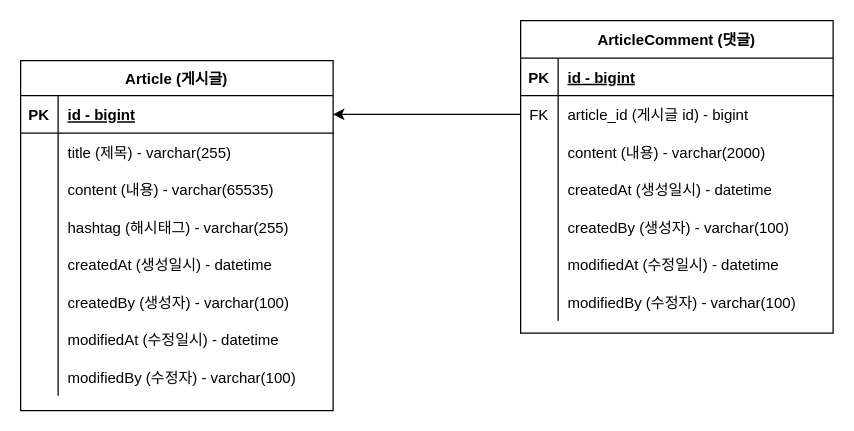
The draw.io diagram document/제목 없는 다이어그램.drawio in dewey-89/fastcampus-project-board, before the edit. Source tidied: cells renumbered, new cells numbered last; positions are measured from the earlier drawing's top-left corner, leaving out a move shared by most shapes. Both pictures are drawn from the tidied source at 125%, with x=0, y=0 at pixel (20, 20).
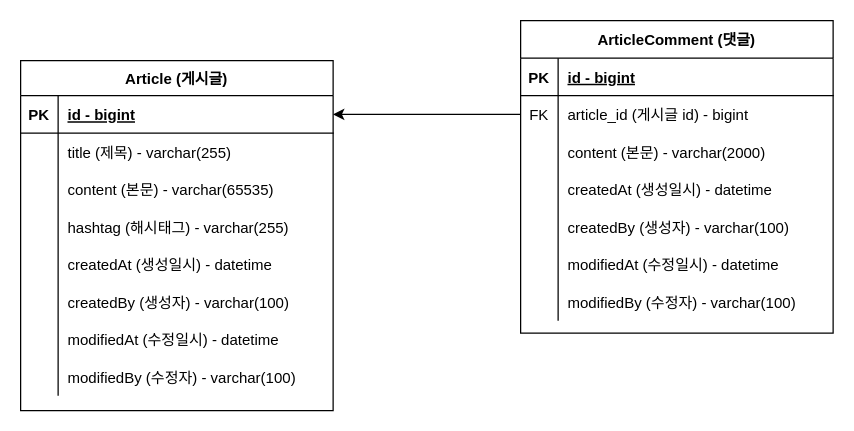
After the change.

The change refers to these unchanged cells:
```xml
<mxCell id="9" style="shape=partialRectangle;fillColor=none;top=0;left=0;right=0;bottom=0;" parent="2" vertex="1">
  <mxGeometry y="90" width="250" height="30" as="geometry" />
</mxCell>
<mxCell id="31" style="shape=partialRectangle;fillColor=none;top=0;left=0;right=0;bottom=0;" parent="24" vertex="1">
  <mxGeometry y="88" width="250" height="30" as="geometry" />
</mxCell>
```

What changed in the source:
```diff
@@
-    <mxCell id="11" value="content (내용) - varchar(2000)" style="shape=partialRectangle;overflow=hidden;fillColor=none;top=0;left=0;bottom=0;right=0;align=left;spacingLeft=6;" parent="9" vertex="1">
+    <mxCell id="11" value="content (본문) - varchar(2000)" style="shape=partialRectangle;overflow=hidden;fillColor=none;top=0;left=0;bottom=0;right=0;align=left;spacingLeft=6;" parent="9" vertex="1">
       <mxGeometry x="30" width="220" height="30" as="geometry" />
     </mxCell>
@@
-    <mxCell id="33" value="content (내용) - varchar(65535)" style="shape=partialRectangle;overflow=hidden;fillColor=none;top=0;left=0;bottom=0;right=0;align=left;spacingLeft=6;" parent="31" vertex="1">
+    <mxCell id="33" value="content (본문) - varchar(65535)" style="shape=partialRectangle;overflow=hidden;fillColor=none;top=0;left=0;bottom=0;right=0;align=left;spacingLeft=6;" parent="31" vertex="1">
       <mxGeometry x="30" width="220" height="30" as="geometry" />
     </mxCell>
```
